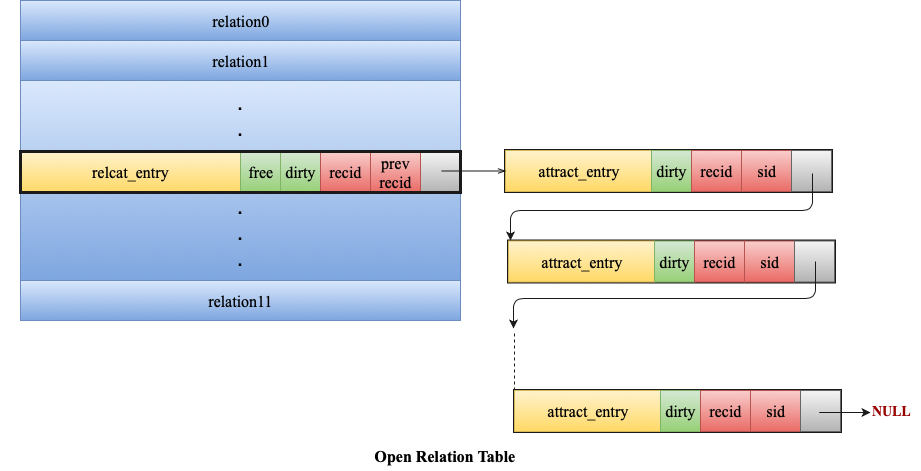
The draw.io diagram img/openreltable.png in Nitcbase/nitcbase.github.io, before a commit. Source tidied: cells renumbered, new cells last; positions are measured from the earlier drawing's top-left corner, leaving out a move shared by most shapes. The source it was exported from:
```xml
<mxGraphModel>
  <root>
    <mxCell id="0" />
    <mxCell id="1" parent="0" />
    <mxCell id="2" style="rounded=0;whiteSpace=wrap;html=1;fillColor=none;strokeColor=none;gradientColor=#7ea6e0;" parent="1" vertex="1">
      <mxGeometry y="130" width="460" height="40" as="geometry" />
    </mxCell>
    <mxCell id="3" value="&lt;font face=&quot;Times New Roman&quot; size=&quot;3&quot;&gt;relation0&lt;/font&gt;" style="rounded=0;whiteSpace=wrap;html=1;fillColor=#dae8fc;strokeColor=#6c8ebf;gradientColor=#7ea6e0;" parent="1" vertex="1">
      <mxGeometry x="20" width="440" height="40" as="geometry" />
    </mxCell>
    <mxCell id="4" value="&lt;font face=&quot;Times New Roman&quot; size=&quot;3&quot;&gt;relation1&lt;/font&gt;" style="rounded=0;whiteSpace=wrap;html=1;fillColor=#dae8fc;strokeColor=#6c8ebf;gradientColor=#7ea6e0;" parent="1" vertex="1">
      <mxGeometry x="20" y="40" width="440" height="40" as="geometry" />
    </mxCell>
    <mxCell id="5" value="&lt;font style=&quot;font-size: 22px&quot;&gt;&lt;font style=&quot;font-size: 22px&quot;&gt;.&lt;br&gt;.&lt;br&gt;.&lt;br&gt;.&lt;br&gt;.&lt;br&gt;&lt;/font&gt;.&lt;br&gt;.&lt;/font&gt;&lt;br&gt;" style="rounded=0;whiteSpace=wrap;html=1;fillColor=#dae8fc;strokeColor=#6c8ebf;gradientColor=#7ea6e0;" parent="1" vertex="1">
      <mxGeometry x="20" y="80" width="440" height="200" as="geometry" />
    </mxCell>
    <mxCell id="6" value="&lt;font face=&quot;Times New Roman&quot; size=&quot;3&quot;&gt;relation11&lt;/font&gt;" style="rounded=0;whiteSpace=wrap;html=1;fillColor=#dae8fc;strokeColor=#6c8ebf;gradientColor=#7ea6e0;" parent="1" vertex="1">
      <mxGeometry x="20" y="280" width="440" height="40" as="geometry" />
    </mxCell>
    <mxCell id="7" style="group;strokeColor=#1A1A1A;perimeterSpacing=0;fillColor=none;strokeWidth=3;" parent="1" vertex="1">
      <mxGeometry x="505" y="150" width="326" height="41" as="geometry" />
    </mxCell>
    <mxCell id="8" value="&lt;font style=&quot;font-size: 16px&quot; face=&quot;Times New Roman&quot;&gt;attract_entry&lt;/font&gt;" style="rounded=0;whiteSpace=wrap;html=1;fillColor=#fff2cc;strokeColor=#d6b656;gradientColor=#ffd966;" parent="7" vertex="1">
      <mxGeometry width="146" height="41" as="geometry" />
    </mxCell>
    <mxCell id="9" value="&lt;font face=&quot;Times New Roman&quot; size=&quot;3&quot;&gt;dirty&lt;/font&gt;" style="rounded=0;whiteSpace=wrap;html=1;fillColor=#d5e8d4;strokeColor=#82b366;gradientColor=#97d077;" parent="7" vertex="1">
      <mxGeometry x="146" width="40" height="41" as="geometry" />
    </mxCell>
    <mxCell id="10" value="&lt;font face=&quot;Times New Roman&quot; size=&quot;3&quot;&gt;recid&lt;/font&gt;" style="rounded=0;whiteSpace=wrap;html=1;fillColor=#f8cecc;strokeColor=#b85450;gradientColor=#ea6b66;" parent="7" vertex="1">
      <mxGeometry x="186" width="50" height="41" as="geometry" />
    </mxCell>
    <mxCell id="11" value="&lt;font face=&quot;Times New Roman&quot; size=&quot;3&quot;&gt;sid&lt;/font&gt;" style="rounded=0;whiteSpace=wrap;html=1;fillColor=#f8cecc;strokeColor=#b85450;gradientColor=#ea6b66;" parent="7" vertex="1">
      <mxGeometry x="236" width="50" height="41" as="geometry" />
    </mxCell>
    <mxCell id="12" style="rounded=0;whiteSpace=wrap;html=1;fillColor=#f5f5f5;strokeColor=#666666;gradientColor=#b3b3b3;" parent="7" vertex="1">
      <mxGeometry x="286" width="40" height="41" as="geometry" />
    </mxCell>
    <mxCell id="13" style="group;strokeColor=#1A1A1A;perimeterSpacing=0;fillColor=none;strokeWidth=3;" parent="1" vertex="1">
      <mxGeometry x="508" y="240.5" width="326" height="41" as="geometry" />
    </mxCell>
    <mxCell id="14" value="&lt;font style=&quot;font-size: 16px&quot; face=&quot;Times New Roman&quot;&gt;attract_entry&lt;/font&gt;" style="rounded=0;whiteSpace=wrap;html=1;fillColor=#fff2cc;strokeColor=#d6b656;gradientColor=#ffd966;" parent="13" vertex="1">
      <mxGeometry width="146" height="41" as="geometry" />
    </mxCell>
    <mxCell id="15" value="&lt;font face=&quot;Times New Roman&quot; size=&quot;3&quot;&gt;dirty&lt;/font&gt;" style="rounded=0;whiteSpace=wrap;html=1;fillColor=#d5e8d4;strokeColor=#82b366;gradientColor=#97d077;" parent="13" vertex="1">
      <mxGeometry x="146" width="40" height="41" as="geometry" />
    </mxCell>
    <mxCell id="16" value="&lt;font face=&quot;Times New Roman&quot; size=&quot;3&quot;&gt;recid&lt;/font&gt;" style="rounded=0;whiteSpace=wrap;html=1;fillColor=#f8cecc;strokeColor=#b85450;gradientColor=#ea6b66;" parent="13" vertex="1">
      <mxGeometry x="186" width="50" height="41" as="geometry" />
    </mxCell>
    <mxCell id="17" value="&lt;font face=&quot;Times New Roman&quot; size=&quot;3&quot;&gt;sid&lt;/font&gt;" style="rounded=0;whiteSpace=wrap;html=1;fillColor=#f8cecc;strokeColor=#b85450;gradientColor=#ea6b66;" parent="13" vertex="1">
      <mxGeometry x="236" width="50" height="41" as="geometry" />
    </mxCell>
    <mxCell id="18" style="rounded=0;whiteSpace=wrap;html=1;fillColor=#f5f5f5;strokeColor=#666666;gradientColor=#b3b3b3;" parent="13" vertex="1">
      <mxGeometry x="286" width="40" height="41" as="geometry" />
    </mxCell>
    <mxCell id="19" style="endArrow=classic;html=1;strokeColor=#1A1A1A;edgeStyle=orthogonalEdgeStyle;entryX=0.014;entryY=-0.012;entryDx=0;entryDy=0;entryPerimeter=0;" parent="1" edge="1" target="14">
      <mxGeometry relative="1" as="geometry">
        <mxPoint x="812" y="173" as="sourcePoint" />
        <Array as="points">
          <mxPoint x="812" y="210" />
          <mxPoint x="510" y="210" />
        </Array>
      </mxGeometry>
    </mxCell>
    <mxCell id="20" style="endArrow=classic;html=1;strokeColor=#1A1A1A;edgeStyle=orthogonalEdgeStyle;entryX=0.014;entryY=-0.012;entryDx=0;entryDy=0;entryPerimeter=0;" parent="1" edge="1">
      <mxGeometry relative="1" as="geometry">
        <mxPoint x="815" y="261" as="sourcePoint" />
        <mxPoint x="513" y="328" as="targetPoint" />
        <Array as="points">
          <mxPoint x="815" y="298" />
          <mxPoint x="513" y="298" />
        </Array>
      </mxGeometry>
    </mxCell>
    <mxCell id="21" style="endArrow=none;dashed=1;html=1;strokeColor=#1A1A1A;" parent="1" edge="1">
      <mxGeometry relative="1" as="geometry">
        <mxPoint x="514" y="390" as="sourcePoint" />
        <mxPoint x="514" y="330" as="targetPoint" />
      </mxGeometry>
    </mxCell>
    <mxCell id="22" style="group;strokeColor=#1A1A1A;perimeterSpacing=0;fillColor=none;strokeWidth=3;" parent="1" vertex="1">
      <mxGeometry x="514" y="390" width="326" height="41" as="geometry" />
    </mxCell>
    <mxCell id="23" value="&lt;font style=&quot;font-size: 16px&quot; face=&quot;Times New Roman&quot;&gt;attract_entry&lt;/font&gt;" style="rounded=0;whiteSpace=wrap;html=1;fillColor=#fff2cc;strokeColor=#d6b656;gradientColor=#ffd966;" parent="22" vertex="1">
      <mxGeometry width="146" height="41" as="geometry" />
    </mxCell>
    <mxCell id="24" value="&lt;font face=&quot;Times New Roman&quot; size=&quot;3&quot;&gt;dirty&lt;/font&gt;" style="rounded=0;whiteSpace=wrap;html=1;fillColor=#d5e8d4;strokeColor=#82b366;gradientColor=#97d077;" parent="22" vertex="1">
      <mxGeometry x="146" width="40" height="41" as="geometry" />
    </mxCell>
    <mxCell id="25" value="&lt;font face=&quot;Times New Roman&quot; size=&quot;3&quot;&gt;recid&lt;/font&gt;" style="rounded=0;whiteSpace=wrap;html=1;fillColor=#f8cecc;strokeColor=#b85450;gradientColor=#ea6b66;" parent="22" vertex="1">
      <mxGeometry x="186" width="50" height="41" as="geometry" />
    </mxCell>
    <mxCell id="26" value="&lt;font face=&quot;Times New Roman&quot; size=&quot;3&quot;&gt;sid&lt;/font&gt;" style="rounded=0;whiteSpace=wrap;html=1;fillColor=#f8cecc;strokeColor=#b85450;gradientColor=#ea6b66;" parent="22" vertex="1">
      <mxGeometry x="236" width="50" height="41" as="geometry" />
    </mxCell>
    <mxCell id="27" style="rounded=0;whiteSpace=wrap;html=1;fillColor=#f5f5f5;strokeColor=#666666;gradientColor=#b3b3b3;" parent="22" vertex="1">
      <mxGeometry x="286" width="40" height="41" as="geometry" />
    </mxCell>
    <mxCell id="28" style="group;" parent="1" vertex="1">
      <mxGeometry x="819" y="401" width="101" height="20" as="geometry" />
    </mxCell>
    <mxCell id="29" style="endArrow=classic;html=1;strokeColor=#1A1A1A;" parent="28" edge="1">
      <mxGeometry relative="1" as="geometry">
        <mxPoint y="11" as="sourcePoint" />
        <mxPoint x="51" y="11" as="targetPoint" />
      </mxGeometry>
    </mxCell>
    <mxCell id="30" value="&lt;b&gt;&lt;font face=&quot;Times New Roman&quot; style=&quot;font-size: 14px&quot; color=&quot;#990000&quot;&gt;NULL&lt;/font&gt;&lt;/b&gt;" style="text;html=1;align=left;verticalAlign=top;spacingTop=-4;" parent="28" vertex="1">
      <mxGeometry x="51" width="50" height="20" as="geometry" />
    </mxCell>
    <mxCell id="31" value="&lt;b&gt;&lt;font style=&quot;font-size: 16px&quot; face=&quot;Times New Roman&quot;&gt;Open Relation Table&lt;br&gt;&lt;/font&gt;&lt;/b&gt;" style="text;html=1;strokeColor=none;fillColor=none;align=center;verticalAlign=middle;whiteSpace=wrap;rounded=0;" parent="1" vertex="1">
      <mxGeometry x="314" y="440" width="260" height="30" as="geometry" />
    </mxCell>
    <mxCell id="32" style="group;" parent="1" vertex="1">
      <mxGeometry x="20" y="151" width="440" height="41" as="geometry" />
    </mxCell>
    <mxCell id="33" value="&lt;font face=&quot;Times New Roman&quot; size=&quot;3&quot;&gt;relcat_entry&lt;/font&gt;" style="rounded=0;whiteSpace=wrap;html=1;fillColor=#fff2cc;strokeColor=#d6b656;gradientColor=#ffd966;" parent="32" vertex="1">
      <mxGeometry width="220" height="41" as="geometry" />
    </mxCell>
    <mxCell id="34" value="&lt;font face=&quot;Times New Roman&quot; size=&quot;3&quot;&gt;free&lt;/font&gt;" style="rounded=0;whiteSpace=wrap;html=1;fillColor=#d5e8d4;strokeColor=#82b366;gradientColor=#97d077;" parent="32" vertex="1">
      <mxGeometry x="220" width="40" height="41" as="geometry" />
    </mxCell>
    <mxCell id="35" value="&lt;font face=&quot;Times New Roman&quot; size=&quot;3&quot;&gt;dirty&lt;/font&gt;" style="rounded=0;whiteSpace=wrap;html=1;fillColor=#d5e8d4;strokeColor=#82b366;gradientColor=#97d077;" parent="32" vertex="1">
      <mxGeometry x="260" width="40" height="41" as="geometry" />
    </mxCell>
    <mxCell id="36" value="&lt;font face=&quot;Times New Roman&quot; size=&quot;3&quot;&gt;recid&lt;/font&gt;" style="rounded=0;whiteSpace=wrap;html=1;fillColor=#f8cecc;strokeColor=#b85450;gradientColor=#ea6b66;" parent="32" vertex="1">
      <mxGeometry x="300" width="50" height="41" as="geometry" />
    </mxCell>
    <mxCell id="37" style="rounded=0;whiteSpace=wrap;html=1;fillColor=#f5f5f5;strokeColor=#666666;gradientColor=#b3b3b3;" parent="32" vertex="1">
      <mxGeometry x="400" width="40" height="41" as="geometry" />
    </mxCell>
    <mxCell id="38" value="&lt;font face=&quot;Times New Roman&quot; size=&quot;3&quot;&gt;prev&lt;br&gt;recid&lt;/font&gt;" style="rounded=0;whiteSpace=wrap;html=1;fillColor=#f8cecc;strokeColor=#b85450;gradientColor=#ea6b66;" parent="32" vertex="1">
      <mxGeometry x="350" width="50" height="41" as="geometry" />
    </mxCell>
    <mxCell id="39" style="group;strokeColor=#1A1A1A;perimeterSpacing=0;fillColor=none;strokeWidth=3;" parent="1" vertex="1">
      <mxGeometry x="20" y="151" width="440" height="41" as="geometry" />
    </mxCell>
    <mxCell id="40" style="rounded=0;html=1;jettySize=auto;orthogonalLoop=1;endArrow=openThin;endFill=0;startSize=6;strokeColor=#1A1A1A;" parent="1" edge="1">
      <mxGeometry relative="1" as="geometry">
        <mxPoint x="441" y="170.5" as="sourcePoint" />
        <mxPoint x="505.5" y="170.5" as="targetPoint" />
      </mxGeometry>
    </mxCell>
  </root>
</mxGraphModel>
```
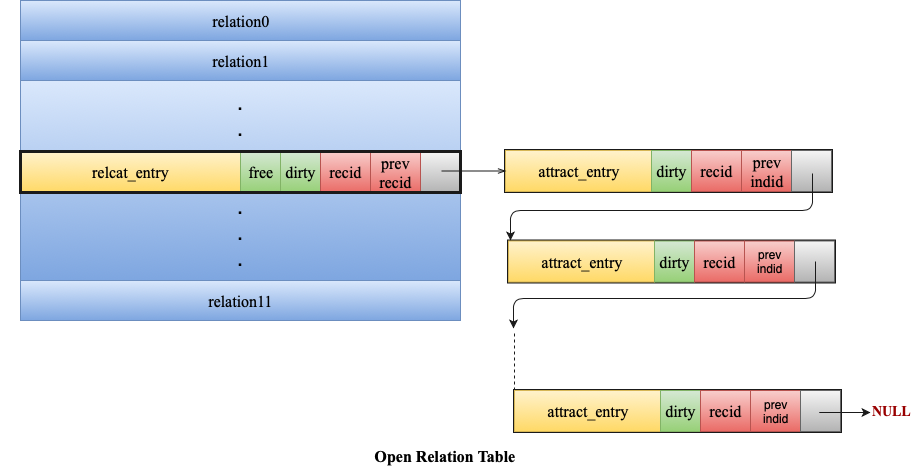
The same diagram one commit later.

Diff of the diagram source:
```diff
@@ -29,7 +29,7 @@
     <mxCell id="10" value="&lt;font face=&quot;Times New Roman&quot; size=&quot;3&quot;&gt;recid&lt;/font&gt;" style="rounded=0;whiteSpace=wrap;html=1;fillColor=#f8cecc;strokeColor=#b85450;gradientColor=#ea6b66;" parent="7" vertex="1">
       <mxGeometry x="186" width="50" height="41" as="geometry" />
     </mxCell>
-    <mxCell id="11" value="&lt;font face=&quot;Times New Roman&quot; size=&quot;3&quot;&gt;sid&lt;/font&gt;" style="rounded=0;whiteSpace=wrap;html=1;fillColor=#f8cecc;strokeColor=#b85450;gradientColor=#ea6b66;" parent="7" vertex="1">
+    <mxCell id="11" value="&lt;font face=&quot;Times New Roman&quot; size=&quot;3&quot;&gt;prev&lt;br&gt;indid&lt;/font&gt;" style="rounded=0;whiteSpace=wrap;html=1;fillColor=#f8cecc;strokeColor=#b85450;gradientColor=#ea6b66;" parent="7" vertex="1">
       <mxGeometry x="236" width="50" height="41" as="geometry" />
     </mxCell>
     <mxCell id="12" style="rounded=0;whiteSpace=wrap;html=1;fillColor=#f5f5f5;strokeColor=#666666;gradientColor=#b3b3b3;" parent="7" vertex="1">
@@ -47,7 +47,7 @@
     <mxCell id="16" value="&lt;font face=&quot;Times New Roman&quot; size=&quot;3&quot;&gt;recid&lt;/font&gt;" style="rounded=0;whiteSpace=wrap;html=1;fillColor=#f8cecc;strokeColor=#b85450;gradientColor=#ea6b66;" parent="13" vertex="1">
       <mxGeometry x="186" width="50" height="41" as="geometry" />
     </mxCell>
-    <mxCell id="17" value="&lt;font face=&quot;Times New Roman&quot; size=&quot;3&quot;&gt;sid&lt;/font&gt;" style="rounded=0;whiteSpace=wrap;html=1;fillColor=#f8cecc;strokeColor=#b85450;gradientColor=#ea6b66;" parent="13" vertex="1">
+    <mxCell id="17" value="&lt;span&gt;prev&lt;/span&gt;&lt;br&gt;&lt;span&gt;indid&lt;/span&gt;&lt;br&gt;" style="rounded=0;whiteSpace=wrap;html=1;fillColor=#f8cecc;strokeColor=#b85450;gradientColor=#ea6b66;" parent="13" vertex="1">
       <mxGeometry x="236" width="50" height="41" as="geometry" />
     </mxCell>
     <mxCell id="18" style="rounded=0;whiteSpace=wrap;html=1;fillColor=#f5f5f5;strokeColor=#666666;gradientColor=#b3b3b3;" parent="13" vertex="1">
@@ -90,7 +90,7 @@
     <mxCell id="25" value="&lt;font face=&quot;Times New Roman&quot; size=&quot;3&quot;&gt;recid&lt;/font&gt;" style="rounded=0;whiteSpace=wrap;html=1;fillColor=#f8cecc;strokeColor=#b85450;gradientColor=#ea6b66;" parent="22" vertex="1">
       <mxGeometry x="186" width="50" height="41" as="geometry" />
     </mxCell>
-    <mxCell id="26" value="&lt;font face=&quot;Times New Roman&quot; size=&quot;3&quot;&gt;sid&lt;/font&gt;" style="rounded=0;whiteSpace=wrap;html=1;fillColor=#f8cecc;strokeColor=#b85450;gradientColor=#ea6b66;" parent="22" vertex="1">
+    <mxCell id="26" value="&lt;span&gt;prev&lt;/span&gt;&lt;br&gt;&lt;span&gt;indid&lt;/span&gt;&lt;br&gt;" style="rounded=0;whiteSpace=wrap;html=1;fillColor=#f8cecc;strokeColor=#b85450;gradientColor=#ea6b66;" parent="22" vertex="1">
       <mxGeometry x="236" width="50" height="41" as="geometry" />
     </mxCell>
     <mxCell id="27" style="rounded=0;whiteSpace=wrap;html=1;fillColor=#f5f5f5;strokeColor=#666666;gradientColor=#b3b3b3;" parent="22" vertex="1">
```
